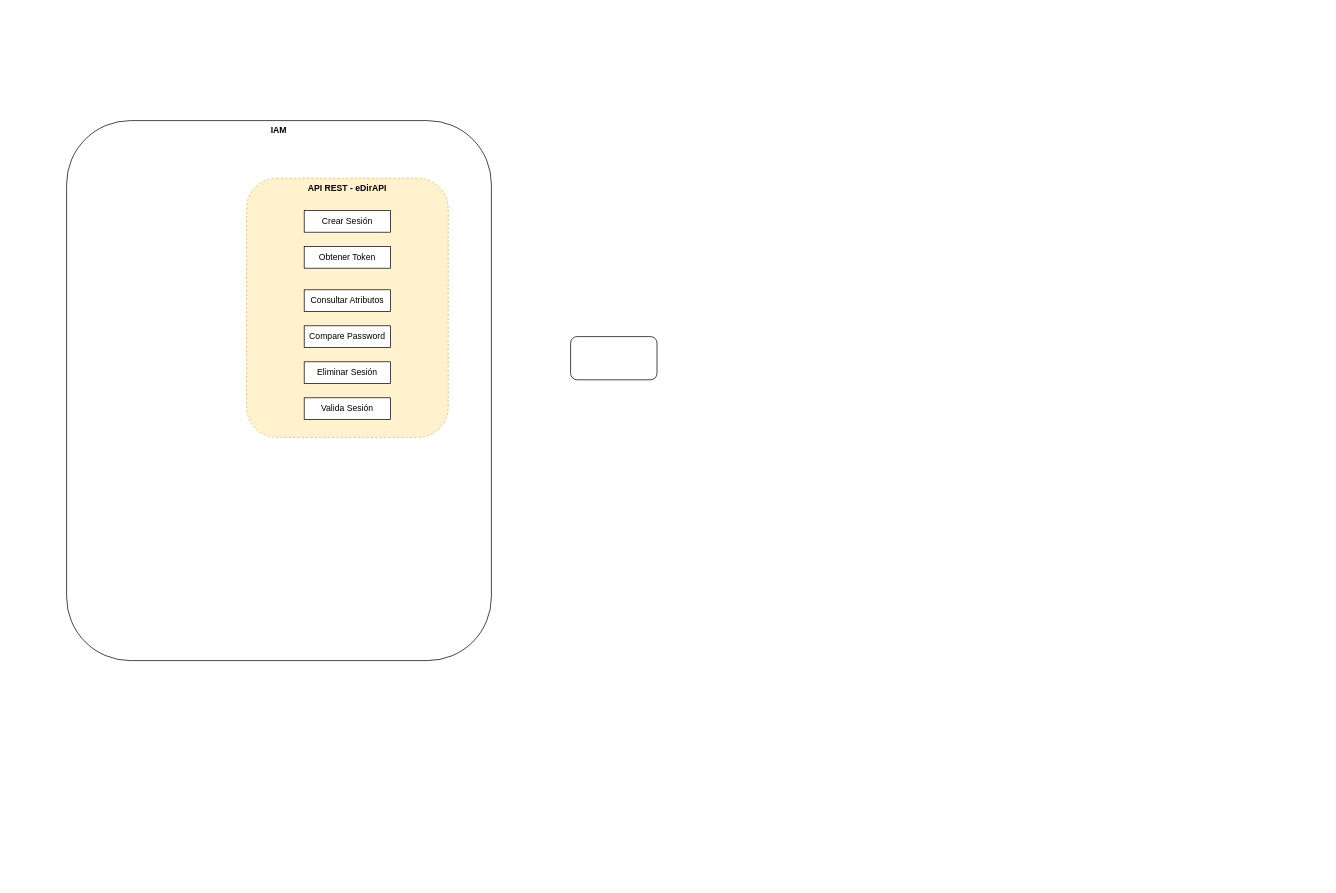
Earlier version of the draw.io diagram IAM.drawio (carlosvalderrama1204/diagrams). Source tidied: cells renumbered, new cells numbered last; positions are measured from the earlier drawing's top-left corner, leaving out a move shared by most shapes. Both pictures are drawn from the tidied source at 72%, with x=0, y=0 at pixel (66, 120). Pictures stored in the file or linked from it are replaced by grey dashed boxes.
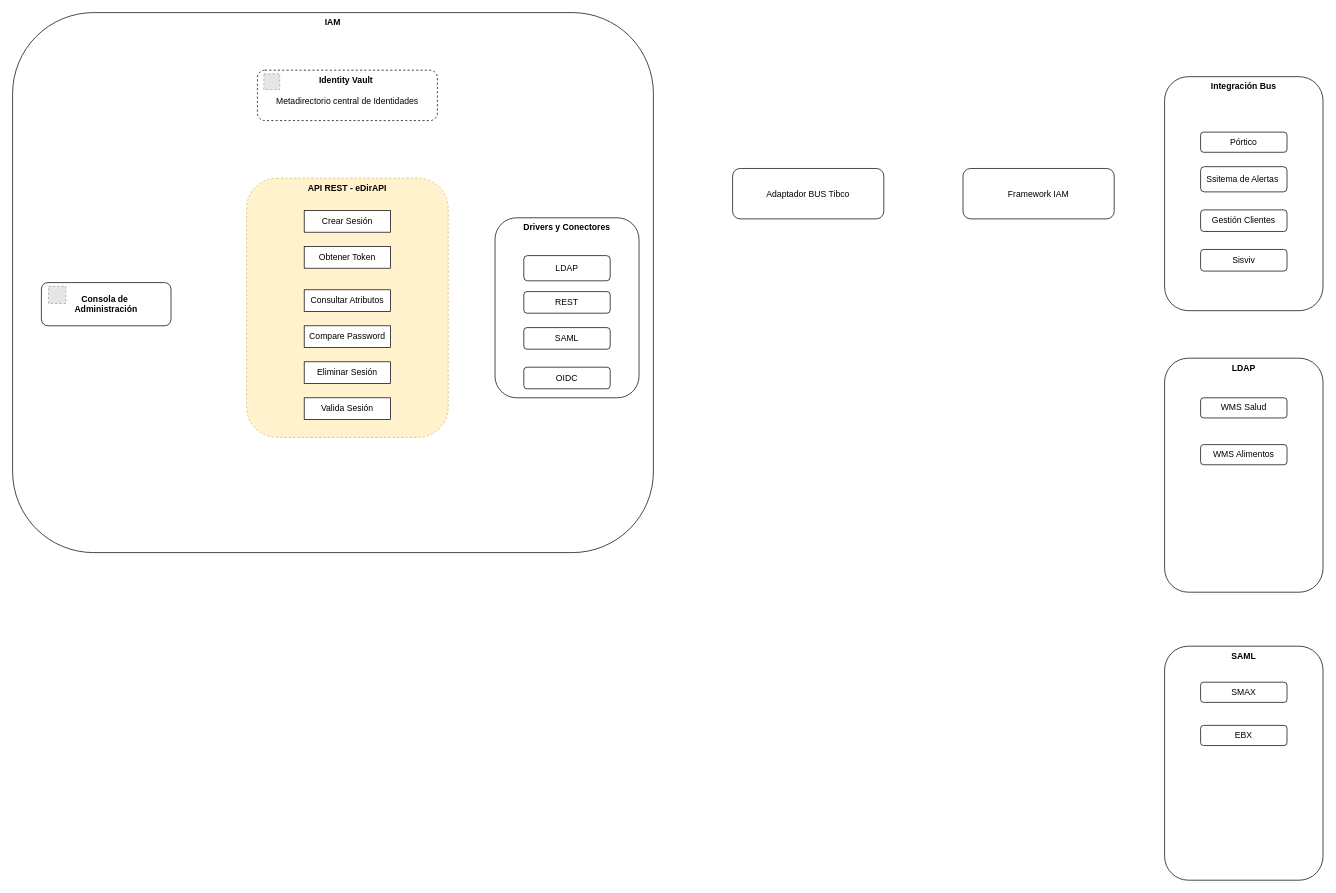
Above is the later version.

What changed in the source:
```diff
@@
+    <mxCell id="11" value="Integración Bus" style="rounded=1;whiteSpace=wrap;html=1;verticalAlign=top;fontStyle=1;" parent="1" vertex="1">
+      <mxGeometry x="1525" y="-61" width="220" height="325" as="geometry" />
+    </mxCell>
     <mxCell id="2" value="IAM" style="rounded=1;whiteSpace=wrap;html=1;fontStyle=1;verticalAlign=top;" parent="1" vertex="1">
-      <mxGeometry width="590" height="750" as="geometry" />
+      <mxGeometry x="-75" y="-150" width="890" height="750" as="geometry" />
     </mxCell>
+    <mxCell id="12" value="Drivers y Conectores" style="rounded=1;whiteSpace=wrap;html=1;verticalAlign=top;fontStyle=1;" parent="1" vertex="1">
+      <mxGeometry x="595" y="135" width="200" height="250" as="geometry" />
+    </mxCell>
@@
-    <mxCell id="10" style="rounded=1;whiteSpace=wrap;html=1;" parent="1" vertex="1">
-      <mxGeometry x="700" y="300" width="120" height="60" as="geometry" />
-    </mxCell>
+    <mxCell id="13" value="&lt;b&gt;Identity Vault&lt;/b&gt;&amp;nbsp;&lt;div&gt;&lt;br&gt;&lt;/div&gt;&lt;div&gt;Metadirectorio central de Identidades&lt;/div&gt;" style="rounded=1;whiteSpace=wrap;html=1;verticalAlign=top;dashed=1;" parent="1" vertex="1">
+      <mxGeometry x="265" y="-70" width="250" height="70" as="geometry" />
+    </mxCell>
+    <mxCell id="14" style="fillColor=#E6E6E6;strokeColor=#999999;dashed=1;verticalLabelPosition=bottom;labelBackgroundColor=default;verticalAlign=top;" parent="1" vertex="1">
+      <mxGeometry x="274" y="-65" width="22" height="22" as="geometry" />
+    </mxCell>
+    <mxCell id="15" value="Consola de&amp;nbsp;&lt;div&gt;Administración&lt;/div&gt;" style="rounded=1;whiteSpace=wrap;html=1;fontStyle=1;" parent="1" vertex="1">
+      <mxGeometry x="-35" y="225" width="180" height="60" as="geometry" />
+    </mxCell>
+    <mxCell id="16" style="fillColor=#E6E6E6;strokeColor=#999999;dashed=1;verticalLabelPosition=bottom;labelBackgroundColor=default;verticalAlign=top;" parent="1" vertex="1">
+      <mxGeometry x="-25" y="230" width="24" height="24" as="geometry" />
+    </mxCell>
+    <mxCell id="17" value="LDAP" style="rounded=1;whiteSpace=wrap;html=1;" parent="1" vertex="1">
+      <mxGeometry x="635" y="187.5" width="120" height="35" as="geometry" />
+    </mxCell>
+    <mxCell id="18" value="REST" style="rounded=1;whiteSpace=wrap;html=1;" parent="1" vertex="1">
+      <mxGeometry x="635" y="237.5" width="120" height="30" as="geometry" />
+    </mxCell>
+    <mxCell id="19" value="SAML" style="rounded=1;whiteSpace=wrap;html=1;" parent="1" vertex="1">
+      <mxGeometry x="635" y="287.5" width="120" height="30" as="geometry" />
+    </mxCell>
+    <mxCell id="20" value="OIDC" style="rounded=1;whiteSpace=wrap;html=1;" parent="1" vertex="1">
+      <mxGeometry x="635" y="342.5" width="120" height="30" as="geometry" />
+    </mxCell>
+    <mxCell id="21" value="Ssitema de Alertas&amp;nbsp;" style="rounded=1;whiteSpace=wrap;html=1;" parent="1" vertex="1">
+      <mxGeometry x="1575" y="64" width="120" height="35" as="geometry" />
+    </mxCell>
+    <mxCell id="22" value="Pórtico" style="rounded=1;whiteSpace=wrap;html=1;" parent="1" vertex="1">
+      <mxGeometry x="1575" y="16" width="120" height="28" as="geometry" />
+    </mxCell>
+    <mxCell id="23" value="Gestión Clientes" style="rounded=1;whiteSpace=wrap;html=1;" parent="1" vertex="1">
+      <mxGeometry x="1575" y="124" width="120" height="30" as="geometry" />
+    </mxCell>
+    <mxCell id="24" value="Sisviv" style="rounded=1;whiteSpace=wrap;html=1;" parent="1" vertex="1">
+      <mxGeometry x="1575" y="179" width="120" height="30" as="geometry" />
+    </mxCell>
+    <mxCell id="25" value="Framework IAM" style="rounded=1;whiteSpace=wrap;html=1;" parent="1" vertex="1">
+      <mxGeometry x="1245" y="66.5" width="210" height="70" as="geometry" />
+    </mxCell>
+    <mxCell id="26" value="Adaptador BUS Tibco" style="rounded=1;whiteSpace=wrap;html=1;" parent="1" vertex="1">
+      <mxGeometry x="925" y="66.5" width="210" height="70" as="geometry" />
+    </mxCell>
+    <mxCell id="27" value="LDAP" style="rounded=1;whiteSpace=wrap;html=1;verticalAlign=top;fontStyle=1;" parent="1" vertex="1">
+      <mxGeometry x="1525" y="330" width="220" height="325" as="geometry" />
+    </mxCell>
+    <mxCell id="28" value="WMS Salud" style="rounded=1;whiteSpace=wrap;html=1;" parent="1" vertex="1">
+      <mxGeometry x="1575" y="385" width="120" height="28" as="geometry" />
+    </mxCell>
+    <mxCell id="29" value="WMS Alimentos" style="rounded=1;whiteSpace=wrap;html=1;" parent="1" vertex="1">
+      <mxGeometry x="1575" y="450" width="120" height="28" as="geometry" />
+    </mxCell>
+    <mxCell id="30" value="SAML" style="rounded=1;whiteSpace=wrap;html=1;verticalAlign=top;fontStyle=1;" parent="1" vertex="1">
+      <mxGeometry x="1525" y="730" width="220" height="325" as="geometry" />
+    </mxCell>
+    <mxCell id="31" value="SMAX" style="rounded=1;whiteSpace=wrap;html=1;" parent="1" vertex="1">
+      <mxGeometry x="1575" y="780" width="120" height="28" as="geometry" />
+    </mxCell>
+    <mxCell id="32" value="EBX" style="rounded=1;whiteSpace=wrap;html=1;" parent="1" vertex="1">
+      <mxGeometry x="1575" y="840" width="120" height="28" as="geometry" />
+    </mxCell>
```
